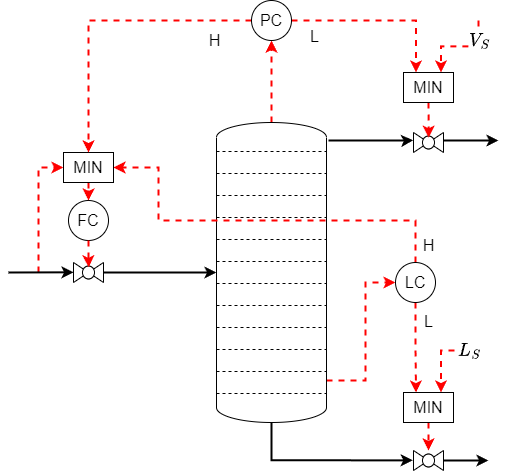
Before: Figures/ifac-distillation/sep_XF.png, a diagram exported from draw.io (brageban/aspen-matlab-testbench). Source tidied: cells renumbered, new cells last; positions are measured from the earlier drawing's top-left corner, leaving out a move shared by most shapes. Its diagram source:
```xml
<mxGraphModel math="1">
  <root>
    <mxCell id="0" />
    <mxCell id="1" parent="0" />
    <mxCell id="2" style="edgeStyle=orthogonalEdgeStyle;rounded=0;html=1;entryX=-0.024;entryY=0.491;entryDx=0;entryDy=0;entryPerimeter=0;strokeWidth=2;elbow=vertical;fontSize=16;" parent="1" edge="1" source="5" target="14">
      <mxGeometry relative="1" as="geometry">
        <Array as="points">
          <mxPoint x="263" y="460" />
        </Array>
      </mxGeometry>
    </mxCell>
    <mxCell id="3" style="edgeStyle=orthogonalEdgeStyle;rounded=0;html=1;entryX=0;entryY=0.5;entryDx=0;entryDy=0;dashed=1;strokeColor=#FF0000;strokeWidth=2;elbow=vertical;fontSize=16;" parent="1" edge="1" source="5" target="20">
      <mxGeometry relative="1" as="geometry">
        <Array as="points">
          <mxPoint x="357" y="380" />
          <mxPoint x="357" y="282" />
        </Array>
      </mxGeometry>
    </mxCell>
    <mxCell id="4" style="edgeStyle=orthogonalEdgeStyle;html=1;entryX=0.5;entryY=1;entryDx=0;entryDy=0;dashed=1;strokeColor=#FF0000;strokeWidth=2;rounded=0;fontSize=16;" parent="1" edge="1" source="5" target="33">
      <mxGeometry relative="1" as="geometry" />
    </mxCell>
    <mxCell id="5" style="verticalLabelPosition=bottom;outlineConnect=0;align=center;dashed=0;html=1;verticalAlign=top;shape=mxgraph.pid2misc.column;columnType=tray;fontSize=16;" parent="1" vertex="1">
      <mxGeometry x="208" y="122" width="110" height="300" as="geometry" />
    </mxCell>
    <mxCell id="6" style="edgeStyle=orthogonalEdgeStyle;rounded=0;jettySize=auto;html=1;strokeWidth=2;entryX=-0.009;entryY=0.388;entryDx=0;entryDy=0;entryPerimeter=0;fontSize=16;" parent="1" edge="1" target="10">
      <mxGeometry relative="1" as="geometry">
        <mxPoint x="320" y="140" as="sourcePoint" />
        <Array as="points">
          <mxPoint x="400" y="140" />
        </Array>
      </mxGeometry>
    </mxCell>
    <mxCell id="7" style="edgeStyle=orthogonalEdgeStyle;rounded=0;html=1;entryX=0;entryY=0.5;entryDx=0;entryDy=0;strokeColor=#FF0000;strokeWidth=2;dashed=1;fontSize=16;" parent="1" edge="1" target="26">
      <mxGeometry relative="1" as="geometry">
        <mxPoint x="30" y="272" as="sourcePoint" />
        <Array as="points">
          <mxPoint x="30" y="167" />
        </Array>
      </mxGeometry>
    </mxCell>
    <mxCell id="8" style="verticalLabelPosition=bottom;align=center;html=1;verticalAlign=top;dashed=0;shape=mxgraph.pid2valves.valve;valveType=ball;fontSize=16;" parent="1" vertex="1">
      <mxGeometry x="65" y="262" width="30" height="20" as="geometry" />
    </mxCell>
    <mxCell id="9" style="edgeStyle=orthogonalEdgeStyle;html=1;strokeColor=default;strokeWidth=2;rounded=0;fontSize=16;" parent="1" edge="1" source="10">
      <mxGeometry relative="1" as="geometry">
        <mxPoint x="490" y="140" as="targetPoint" />
        <Array as="points">
          <mxPoint x="480" y="140" />
          <mxPoint x="480" y="140" />
        </Array>
      </mxGeometry>
    </mxCell>
    <mxCell id="10" style="verticalLabelPosition=bottom;align=center;html=1;verticalAlign=top;dashed=0;shape=mxgraph.pid2valves.valve;valveType=ball;fontSize=16;" parent="1" vertex="1">
      <mxGeometry x="405" y="132" width="30" height="20" as="geometry" />
    </mxCell>
    <mxCell id="11" value="&lt;font style=&quot;font-size: 16px;&quot;&gt;FC&lt;/font&gt;" style="ellipse;whiteSpace=wrap;html=1;fontSize=16;" parent="1" vertex="1">
      <mxGeometry x="60" y="200" width="40" height="40" as="geometry" />
    </mxCell>
    <mxCell id="12" style="edgeStyle=orthogonalEdgeStyle;rounded=0;jettySize=auto;html=1;entryX=0.507;entryY=0.26;entryDx=0;entryDy=0;entryPerimeter=0;strokeWidth=2;dashed=1;fillColor=#a20025;strokeColor=#FF0000;exitX=0.5;exitY=1;exitDx=0;exitDy=0;fontSize=16;" parent="1" edge="1" source="34" target="10">
      <mxGeometry relative="1" as="geometry" />
    </mxCell>
    <mxCell id="13" style="edgeStyle=orthogonalEdgeStyle;rounded=0;html=1;strokeWidth=2;elbow=vertical;fontSize=16;" parent="1" edge="1" source="14">
      <mxGeometry relative="1" as="geometry">
        <mxPoint x="480" y="460" as="targetPoint" />
      </mxGeometry>
    </mxCell>
    <mxCell id="14" style="verticalLabelPosition=bottom;align=center;html=1;verticalAlign=top;dashed=0;shape=mxgraph.pid2valves.valve;valveType=ball;fontSize=16;" parent="1" vertex="1">
      <mxGeometry x="405" y="450" width="30" height="20" as="geometry" />
    </mxCell>
    <mxCell id="15" style="edgeStyle=orthogonalEdgeStyle;rounded=0;jettySize=auto;html=1;entryX=0.507;entryY=0.24;entryDx=0;entryDy=0;entryPerimeter=0;dashed=1;endSize=6;curved=0;strokeColor=#FF0000;strokeWidth=2;fontSize=16;" parent="1" edge="1" source="11" target="8">
      <mxGeometry relative="1" as="geometry" />
    </mxCell>
    <mxCell id="16" style="edgeStyle=orthogonalEdgeStyle;rounded=0;html=1;entryX=0.25;entryY=0;entryDx=0;entryDy=0;dashed=1;strokeColor=#FF0000;strokeWidth=2;elbow=vertical;fontSize=16;" parent="1" edge="1" source="20" target="24">
      <mxGeometry relative="1" as="geometry" />
    </mxCell>
    <mxCell id="17" value="L" style="edgeLabel;html=1;align=center;verticalAlign=middle;fontSize=16;" parent="16" vertex="1">
      <mxGeometry x="-0.75" relative="1" as="geometry">
        <mxPoint x="13" y="7" as="offset" />
      </mxGeometry>
    </mxCell>
    <mxCell id="18" style="edgeStyle=orthogonalEdgeStyle;rounded=0;html=1;entryX=1;entryY=0.5;entryDx=0;entryDy=0;dashed=1;strokeColor=#FF0000;strokeWidth=2;elbow=vertical;fontSize=16;" parent="1" edge="1" source="20" target="26">
      <mxGeometry relative="1" as="geometry">
        <Array as="points">
          <mxPoint x="407" y="220" />
          <mxPoint x="150" y="220" />
          <mxPoint x="150" y="167" />
        </Array>
      </mxGeometry>
    </mxCell>
    <mxCell id="19" value="H" style="edgeLabel;html=1;align=center;verticalAlign=middle;fontSize=16;" parent="18" vertex="1">
      <mxGeometry x="-0.86" y="1" relative="1" as="geometry">
        <mxPoint x="14" y="11" as="offset" />
      </mxGeometry>
    </mxCell>
    <mxCell id="20" value="&lt;font style=&quot;font-size: 16px;&quot;&gt;LC&lt;/font&gt;" style="ellipse;whiteSpace=wrap;html=1;fontSize=16;" parent="1" vertex="1">
      <mxGeometry x="387" y="262" width="40" height="40" as="geometry" />
    </mxCell>
    <mxCell id="21" style="edgeStyle=orthogonalEdgeStyle;html=1;strokeColor=default;strokeWidth=2;rounded=0;fontSize=16;" parent="1" edge="1">
      <mxGeometry relative="1" as="geometry">
        <mxPoint y="272" as="sourcePoint" />
        <mxPoint x="65" y="271.8" as="targetPoint" />
        <Array as="points">
          <mxPoint x="65" y="272" />
        </Array>
      </mxGeometry>
    </mxCell>
    <mxCell id="22" style="edgeStyle=orthogonalEdgeStyle;html=1;strokeColor=default;strokeWidth=2;rounded=0;fontSize=16;" parent="1" edge="1" source="8" target="5">
      <mxGeometry relative="1" as="geometry" />
    </mxCell>
    <mxCell id="23" style="edgeStyle=orthogonalEdgeStyle;rounded=0;html=1;strokeWidth=2;elbow=vertical;strokeColor=#FF0000;dashed=1;fontSize=16;" parent="1" edge="1" source="24" target="14">
      <mxGeometry relative="1" as="geometry" />
    </mxCell>
    <mxCell id="24" value="MIN" style="whiteSpace=wrap;html=1;fontSize=16;" parent="1" vertex="1">
      <mxGeometry x="395" y="392" width="50" height="30" as="geometry" />
    </mxCell>
    <mxCell id="25" style="edgeStyle=orthogonalEdgeStyle;rounded=0;html=1;entryX=0.5;entryY=0;entryDx=0;entryDy=0;dashed=1;strokeColor=#FF0000;strokeWidth=2;elbow=vertical;fontSize=16;" parent="1" edge="1" source="26" target="11">
      <mxGeometry relative="1" as="geometry" />
    </mxCell>
    <mxCell id="26" value="MIN" style="whiteSpace=wrap;html=1;fontSize=16;" parent="1" vertex="1">
      <mxGeometry x="55" y="152" width="50" height="30" as="geometry" />
    </mxCell>
    <mxCell id="27" style="edgeStyle=orthogonalEdgeStyle;rounded=0;html=1;entryX=0.75;entryY=0;entryDx=0;entryDy=0;dashed=1;strokeColor=#FF0000;strokeWidth=2;fontSize=16;" parent="1" edge="1" target="24">
      <mxGeometry relative="1" as="geometry">
        <mxPoint x="470" y="350" as="sourcePoint" />
        <Array as="points">
          <mxPoint x="432" y="350" />
        </Array>
      </mxGeometry>
    </mxCell>
    <mxCell id="28" value="$$L_S$$" style="edgeLabel;html=1;align=center;verticalAlign=middle;fontSize=16;" parent="27" vertex="1">
      <mxGeometry x="0.51" relative="1" as="geometry">
        <mxPoint x="28" y="-23" as="offset" />
      </mxGeometry>
    </mxCell>
    <mxCell id="29" style="edgeStyle=orthogonalEdgeStyle;rounded=0;html=1;entryX=0.25;entryY=0;entryDx=0;entryDy=0;dashed=1;strokeColor=#FF0000;strokeWidth=2;elbow=vertical;fontSize=16;" parent="1" edge="1" source="33" target="34">
      <mxGeometry relative="1" as="geometry" />
    </mxCell>
    <mxCell id="30" value="L" style="edgeLabel;html=1;align=center;verticalAlign=middle;fontSize=16;" parent="29" vertex="1">
      <mxGeometry x="-0.75" relative="1" as="geometry">
        <mxPoint y="16" as="offset" />
      </mxGeometry>
    </mxCell>
    <mxCell id="31" style="edgeStyle=orthogonalEdgeStyle;rounded=0;html=1;entryX=0.5;entryY=0;entryDx=0;entryDy=0;dashed=1;strokeColor=#FF0000;strokeWidth=2;fontSize=16;elbow=vertical;" parent="1" edge="1" source="33" target="26">
      <mxGeometry relative="1" as="geometry" />
    </mxCell>
    <mxCell id="32" value="H" style="edgeLabel;html=1;align=center;verticalAlign=middle;fontSize=16;" parent="31" vertex="1">
      <mxGeometry x="-0.78" relative="1" as="geometry">
        <mxPoint x="-5" y="20" as="offset" />
      </mxGeometry>
    </mxCell>
    <mxCell id="33" value="&lt;font style=&quot;font-size: 16px;&quot;&gt;PC&lt;/font&gt;" style="ellipse;whiteSpace=wrap;html=1;fontSize=16;" parent="1" vertex="1">
      <mxGeometry x="243" width="40" height="40" as="geometry" />
    </mxCell>
    <mxCell id="34" value="MIN" style="whiteSpace=wrap;html=1;fontSize=16;" parent="1" vertex="1">
      <mxGeometry x="395" y="72" width="50" height="30" as="geometry" />
    </mxCell>
    <mxCell id="35" style="edgeStyle=elbowEdgeStyle;rounded=0;html=1;entryX=0.75;entryY=0;entryDx=0;entryDy=0;dashed=1;strokeColor=#FF0000;strokeWidth=2;fontSize=16;elbow=vertical;" parent="1" edge="1" target="34">
      <mxGeometry relative="1" as="geometry">
        <mxPoint x="470" y="20" as="sourcePoint" />
      </mxGeometry>
    </mxCell>
    <mxCell id="36" value="$$V_S$$" style="edgeLabel;html=1;align=center;verticalAlign=middle;fontSize=16;" parent="35" vertex="1">
      <mxGeometry x="0.51" relative="1" as="geometry">
        <mxPoint x="38" y="-10" as="offset" />
      </mxGeometry>
    </mxCell>
  </root>
</mxGraphModel>
```
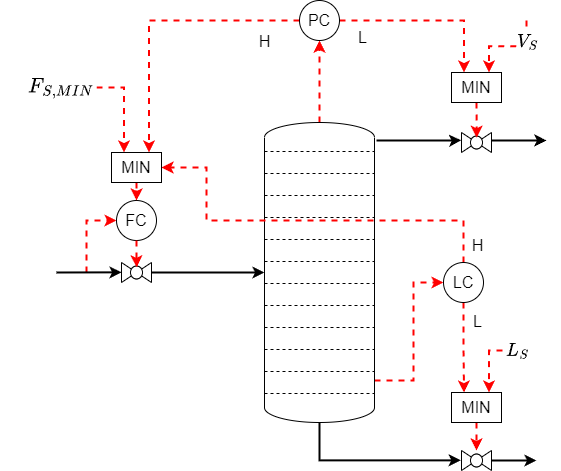
Later version of the same file.

Change to the diagram source:
```diff
@@ -31,11 +31,11 @@
         </Array>
       </mxGeometry>
     </mxCell>
-    <mxCell id="7" style="edgeStyle=orthogonalEdgeStyle;rounded=0;html=1;entryX=0;entryY=0.5;entryDx=0;entryDy=0;strokeColor=#FF0000;strokeWidth=2;dashed=1;fontSize=16;" parent="1" edge="1" target="26">
+    <mxCell id="7" style="edgeStyle=orthogonalEdgeStyle;rounded=0;html=1;entryX=0;entryY=0.5;entryDx=0;entryDy=0;strokeColor=#FF0000;strokeWidth=2;dashed=1;fontSize=16;" parent="1" edge="1" target="11">
       <mxGeometry relative="1" as="geometry">
         <mxPoint x="30" y="272" as="sourcePoint" />
         <Array as="points">
-          <mxPoint x="30" y="167" />
+          <mxPoint x="30" y="220" />
         </Array>
       </mxGeometry>
     </mxCell>
@@ -141,7 +141,7 @@
         <mxPoint y="16" as="offset" />
       </mxGeometry>
     </mxCell>
-    <mxCell id="31" style="edgeStyle=orthogonalEdgeStyle;rounded=0;html=1;entryX=0.5;entryY=0;entryDx=0;entryDy=0;dashed=1;strokeColor=#FF0000;strokeWidth=2;fontSize=16;elbow=vertical;" parent="1" edge="1" source="33" target="26">
+    <mxCell id="31" style="edgeStyle=orthogonalEdgeStyle;rounded=0;html=1;entryX=0.75;entryY=0;entryDx=0;entryDy=0;dashed=1;strokeColor=#FF0000;strokeWidth=2;fontSize=16;elbow=vertical;" parent="1" edge="1" source="33" target="26">
       <mxGeometry relative="1" as="geometry" />
     </mxCell>
     <mxCell id="32" value="H" style="edgeLabel;html=1;align=center;verticalAlign=middle;fontSize=16;" parent="31" vertex="1">
@@ -165,5 +165,11 @@
         <mxPoint x="38" y="-10" as="offset" />
       </mxGeometry>
     </mxCell>
+    <mxCell id="37" style="edgeStyle=orthogonalEdgeStyle;html=1;entryX=0.25;entryY=0;entryDx=0;entryDy=0;dashed=1;rounded=0;strokeColor=#FF0000;strokeWidth=2;" parent="1" edge="1" source="38" target="26">
+      <mxGeometry relative="1" as="geometry" />
+    </mxCell>
+    <mxCell id="38" value="$$F_{S,MIN}$$" style="whiteSpace=wrap;html=1;fontSize=18;strokeColor=none;" parent="1" vertex="1">
+      <mxGeometry x="-30" y="67" width="70" height="40" as="geometry" />
+    </mxCell>
   </root>
 </mxGraphModel>
```
